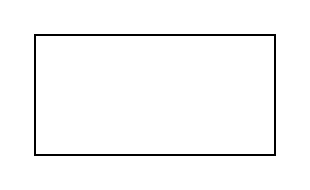
Earlier version of the draw.io diagram 机器学习模型.drawio (Gray-gl/Leetcode). Source tidied: cells renumbered, new cells numbered last; positions are measured from the earlier drawing's top-left corner, leaving out a move shared by most shapes. Both pictures are drawn from the tidied source at 200%, with x=0, y=0 at pixel (34, 34).
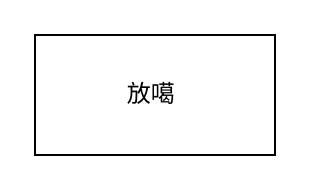
The same page after the edit.

Commit message (it also covers changes not shown here):
机器学习模型.drawio

Change to the diagram source:
```diff
@@
 <mxGraphModel>
   <root>
     <mxCell id="0" />
     <mxCell id="1" parent="0" />
-    <mxCell id="2" style="rounded=0;whiteSpace=wrap;html=1;" parent="1" vertex="1">
+    <mxCell id="2" value="放噶&amp;nbsp;" style="rounded=0;whiteSpace=wrap;html=1;" parent="1" vertex="1">
       <mxGeometry width="120" height="60" as="geometry" />
     </mxCell>
   </root>
 </mxGraphModel>
```
